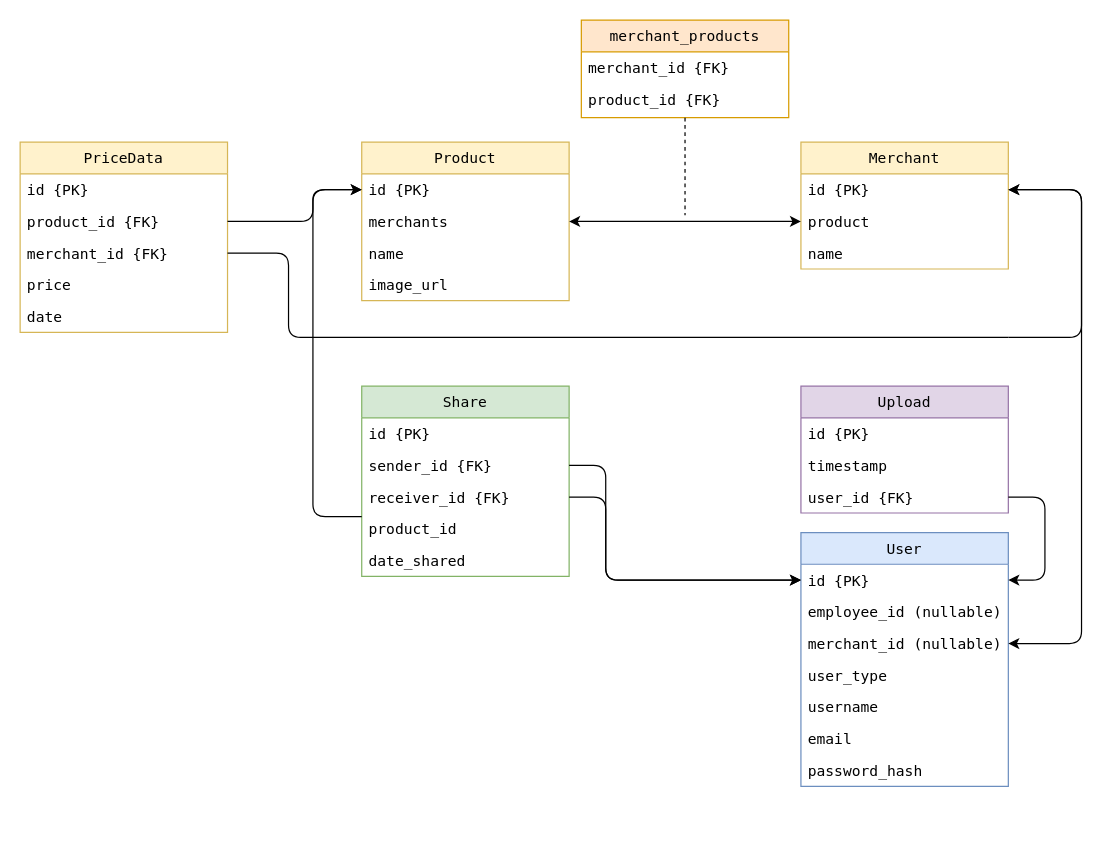
Above: app/static/mockup/draw-io-file/DB-modal.drawio in Kaichao-Zheng/CITS5505-GroupProject (draw.io), before the change. Source tidied: cells renumbered, new cells numbered last; positions are measured from the earlier drawing's top-left corner, leaving out a move shared by most shapes. Both pictures are drawn from the tidied source at 122%, with x=0, y=0 at pixel (20, 20).
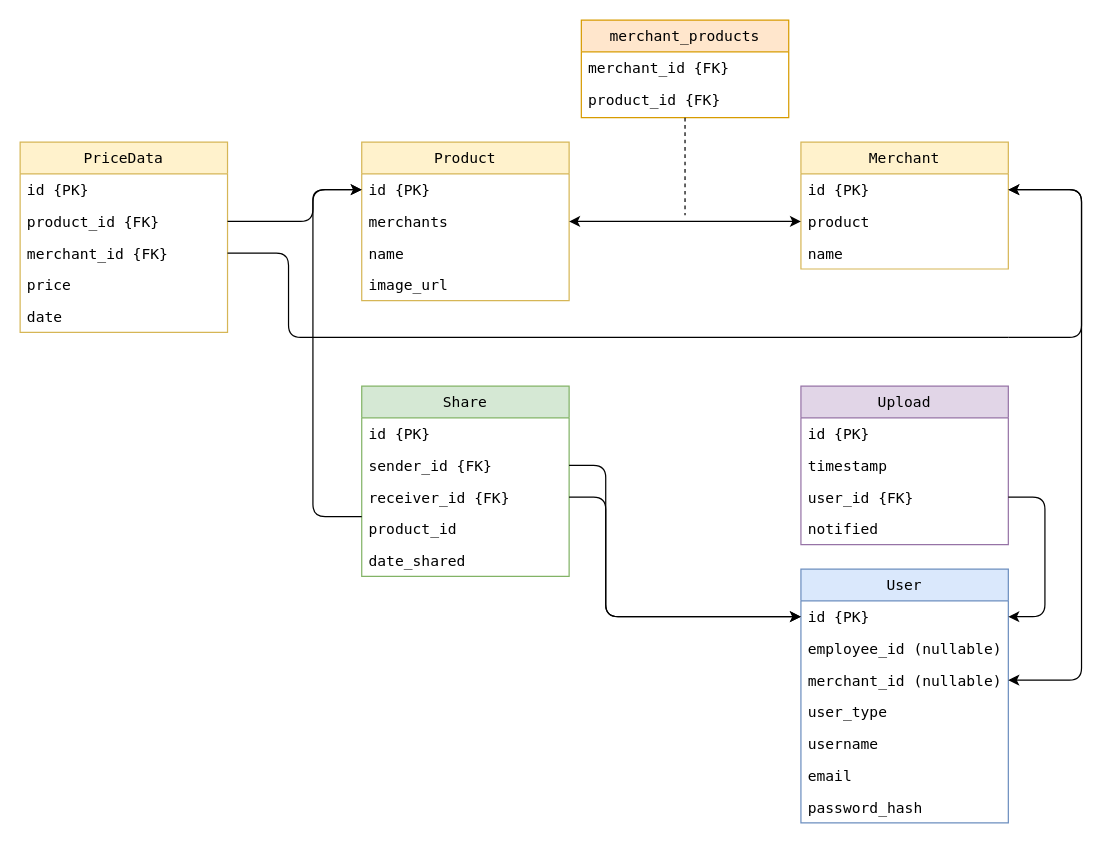
Above is the later version.

Diff of the diagram source:
```diff
@@
     <mxCell id="23" value="User" style="swimlane;fontStyle=0;align=center;verticalAlign=top;horizontal=1;startSize=26;rounded=0;shadow=0;strokeWidth=1;fontFamily=Lucida Console;fillColor=#dae8fc;strokeColor=#6c8ebf;" parent="1" vertex="1">
-      <mxGeometry x="640" y="420" width="170" height="208" as="geometry" />
+      <mxGeometry x="640" y="450" width="170" height="208" as="geometry" />
     </mxCell>
@@
     <mxCell id="34" value="Upload" style="swimlane;fontStyle=0;align=center;verticalAlign=top;horizontal=1;startSize=26;rounded=0;shadow=0;strokeWidth=1;fontFamily=Lucida Console;fillColor=#e1d5e7;strokeColor=#9673a6;" parent="1" vertex="1">
-      <mxGeometry x="640" y="300" width="170" height="104" as="geometry" />
+      <mxGeometry x="640" y="300" width="170" height="130" as="geometry" />
     </mxCell>
@@
+    <mxCell id="48" value="notified" style="text;align=left;verticalAlign=top;spacingLeft=4;spacingRight=4;overflow=hidden;rounded=0;shadow=0;html=0;fontFamily=Lucida Console;" parent="34" vertex="1">
+      <mxGeometry y="104" width="170" height="26" as="geometry" />
+    </mxCell>
```
